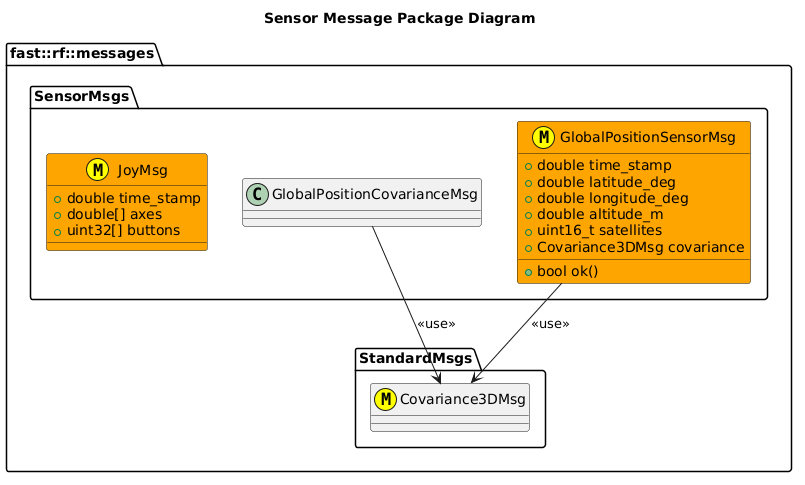
Earlier version of the PlantUML export msgs/SensorMsgs/doc/puml/SensorMessagesClassDiagram.png (fastrobotics/robot_framework).
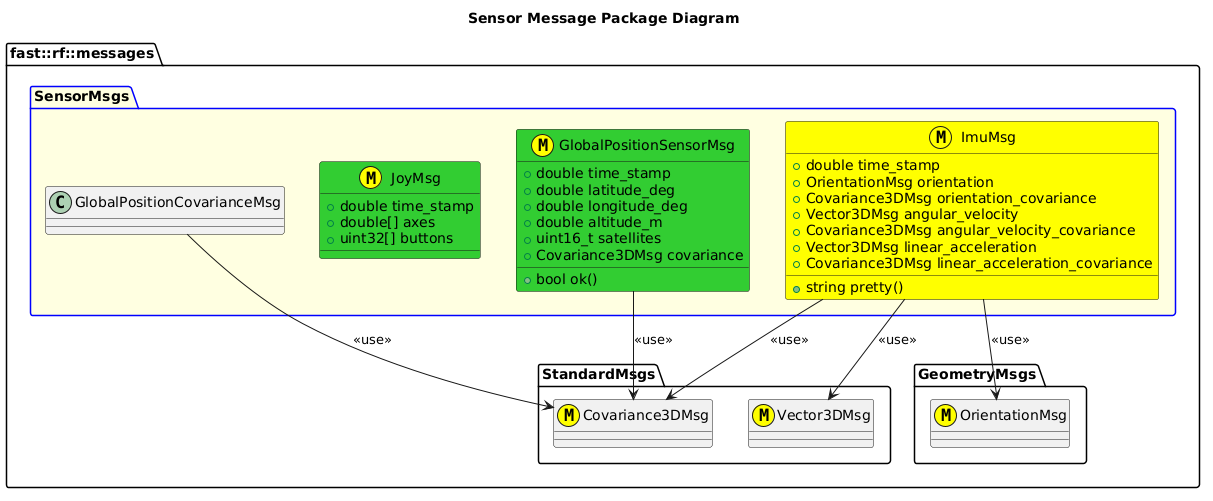
Above is the later version.

The edit, as a diff of the source:
```diff
@@ -4,10 +4,14 @@
 namespace fast::rf::messages {
   namespace StandardMsgs {
     class Covariance3DMsg <<(M,#FFFF00) >>
+    class Vector3DMsg <<(M,#FFFF00)>>
   }
-  namespace SensorMsgs  {
+  namespace GeometryMsgs {
+    class OrientationMsg <<(M,#FFFF00) >>
+  }
+  package SensorMsgs #LightYellow;line:blue {
     GlobalPositionCovarianceMsg --> Covariance3DMsg: <<use>>
-    class GlobalPositionSensorMsg <<(M,#FFFF00)>> #Orange {
+    struct GlobalPositionSensorMsg <<(M,#FFFF00)>> #LimeGreen {
       +double time_stamp
       +double latitude_deg
       +double longitude_deg
@@ -18,10 +22,24 @@
     }
     GlobalPositionSensorMsg --> Covariance3DMsg: <<use>>
 
-    class JoyMsg <<(M,#FFFF00)>> #Orange {
+    struct JoyMsg <<(M,#FFFF00)>> #LimeGreen {
       +double time_stamp
       +double[] axes
       +uint32[] buttons
     }
-}
-@enduml
+
+    struct ImuMsg <<(M,#FFFF00)>> #Yellow {
+      +double time_stamp
+      +OrientationMsg orientation
+      +Covariance3DMsg orientation_covariance
+      +Vector3DMsg angular_velocity
+      +Covariance3DMsg angular_velocity_covariance
+      +Vector3DMsg linear_acceleration
+      +Covariance3DMsg linear_acceleration_covariance
+      +string pretty()
+    }
+    ImuMsg --> OrientationMsg: <<use>>
+    ImuMsg --> Vector3DMsg: <<use>>
+    ImuMsg --> Covariance3DMsg: <<use>>
+  }
+  @enduml
```
